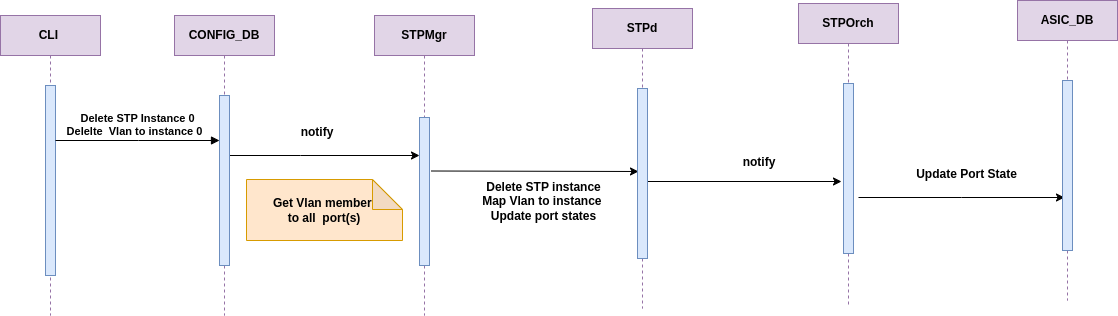
The draw.io diagram doc/MSTP/images/MSTP_Del_InstanceVlan.drawio.png in sonic-net/SONiC, before a commit. Source tidied: cells renumbered, new cells last; positions are measured from the earlier drawing's top-left corner, leaving out a move shared by most shapes.
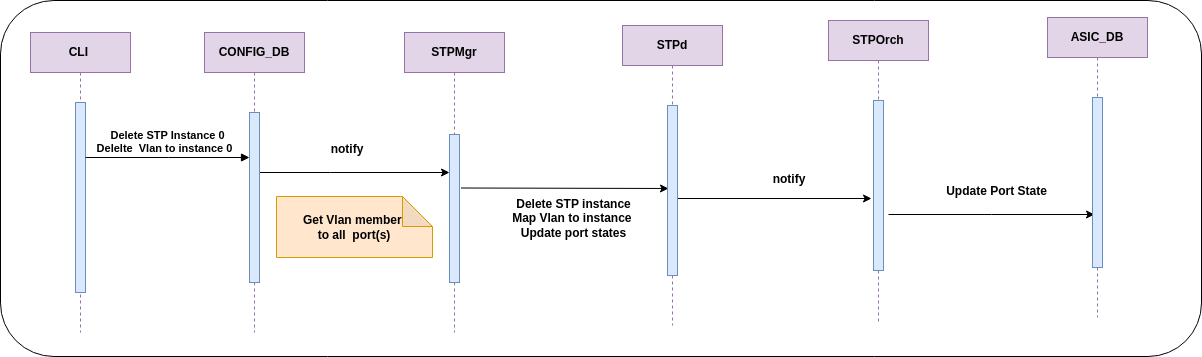
After the commit.

Diff of the diagram source:
```diff
@@ -2,6 +2,9 @@
   <root>
     <mxCell id="0" />
     <mxCell id="1" parent="0" />
+    <mxCell id="24" style="rounded=1;whiteSpace=wrap;html=1;" parent="1" vertex="1">
+      <mxGeometry x="-30" y="-17" width="1201" height="356" as="geometry" />
+    </mxCell>
     <mxCell id="2" value="CLI&amp;nbsp;" style="shape=umlLifeline;perimeter=lifelinePerimeter;whiteSpace=wrap;html=1;newEdgeStyle={&quot;edgeStyle&quot;:&quot;elbowEdgeStyle&quot;,&quot;elbow&quot;:&quot;vertical&quot;,&quot;curved&quot;:0,&quot;rounded&quot;:0};fillColor=#e1d5e7;strokeColor=#9673a6;fontStyle=1;" parent="1" vertex="1">
       <mxGeometry y="15" width="100" height="300" as="geometry" />
     </mxCell>
```
